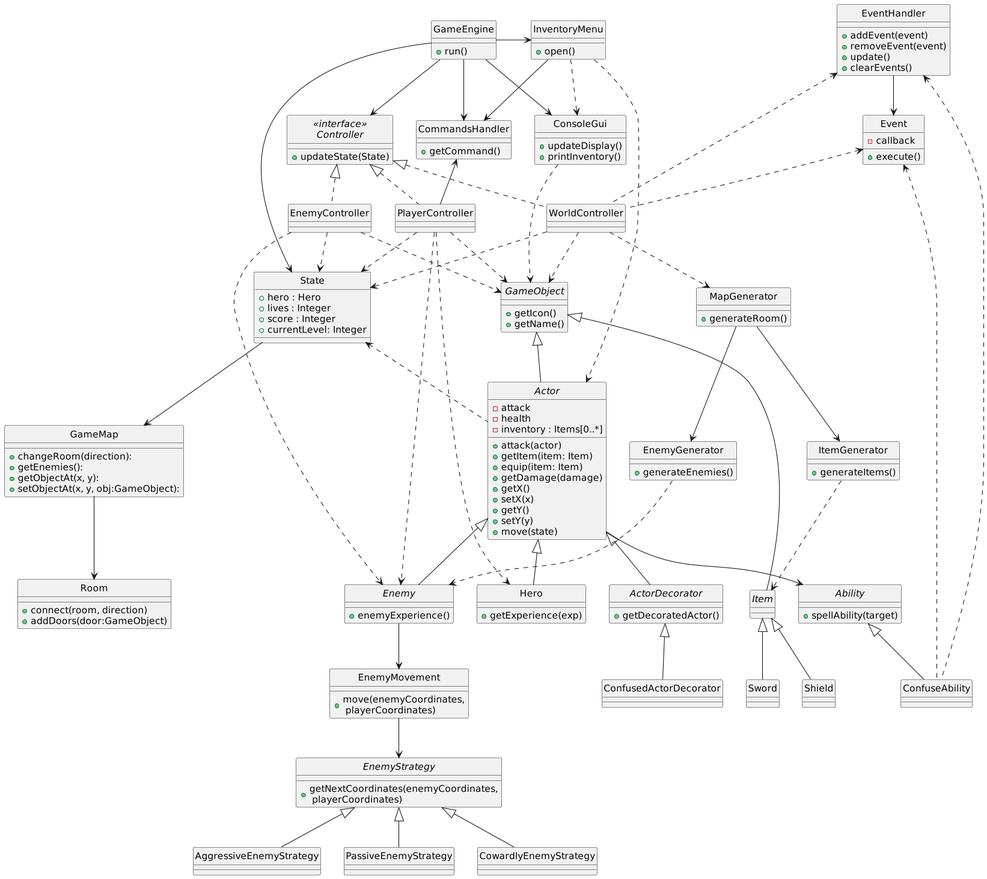
Earlier version of the PlantUML export docs/class.png (capitanFlint129/Rougelike).
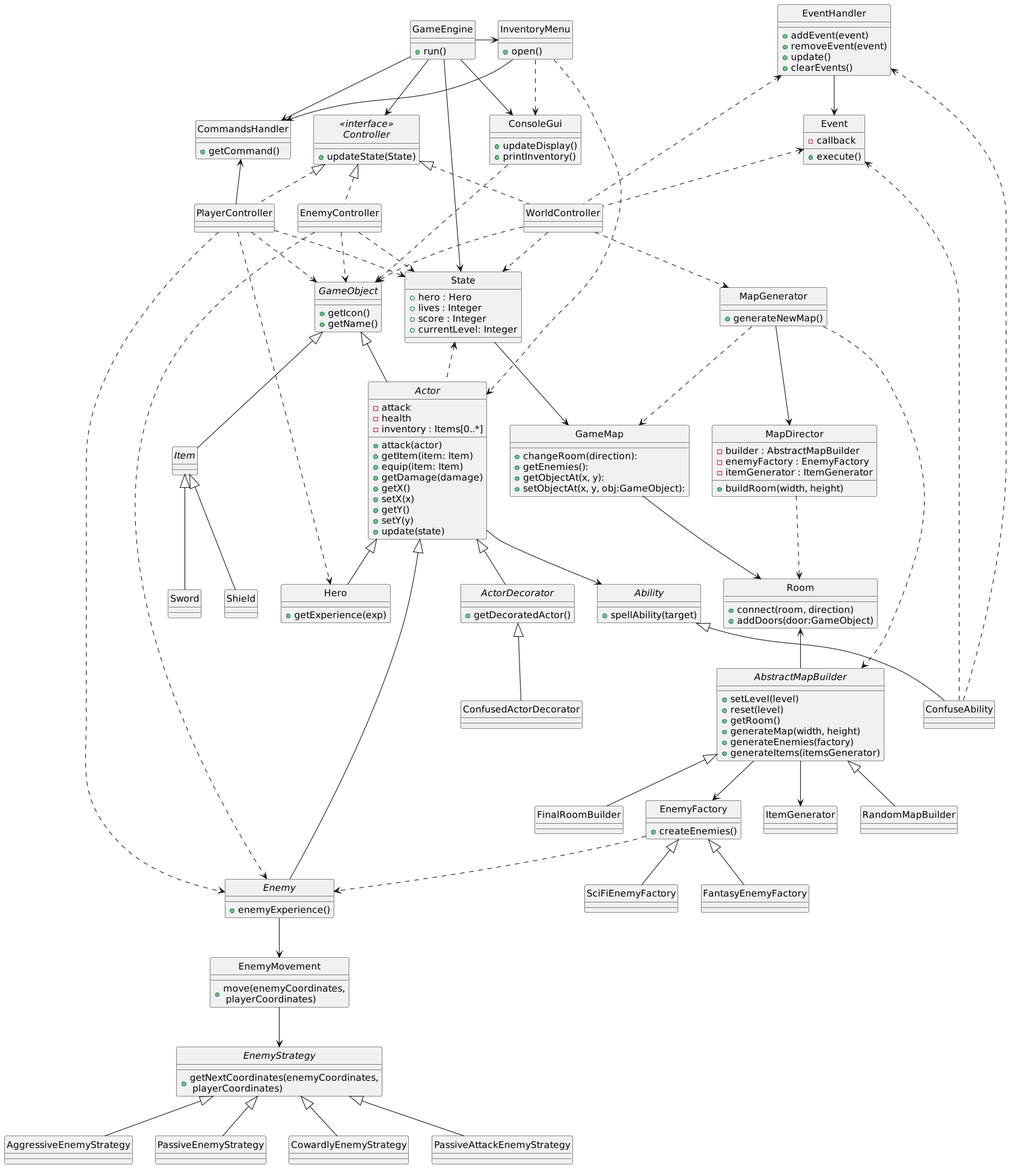
The same file after the commit.

Commit message:
update component and class diagrams

Change to the diagram source:
```diff
@@ -58,7 +58,7 @@
 +setX(x)
 +getY()
 +setY(y)
-+move(state)
++update(state)
 }
 
 
@@ -119,20 +119,11 @@
 
 WorldController ..> MapGenerator
 
-class ItemGenerator {
-+generateItems()
+
+class MapGenerator {
++generateNewMap()
 }
-ItemGenerator ..> Item
-
-class EnemyGenerator {
-+generateEnemies()
-}
-EnemyGenerator ..> Enemy
-class MapGenerator {
-+generateRoom()
-}
-MapGenerator --> EnemyGenerator
-MapGenerator --> ItemGenerator
+MapGenerator ..> GameMap
 
 class GameMap {
 +changeRoom(direction):
@@ -156,12 +147,15 @@
 EnemyStrategy <|-- AggressiveEnemyStrategy
 EnemyStrategy <|-- PassiveEnemyStrategy
 EnemyStrategy <|-- CowardlyEnemyStrategy
+EnemyStrategy <|-- PassiveAttackEnemyStrategy
 
 class AggressiveEnemyStrategy {
 }
 class PassiveEnemyStrategy {
 }
 class CowardlyEnemyStrategy {
+}
+class PassiveAttackEnemyStrategy {
 }
 
 class EnemyMovement {
@@ -212,4 +206,50 @@
 +clearEvents()
 }
 
+class EnemyFactory {
++createEnemies()
+}
+EnemyFactory ..> Enemy
+
+
+EnemyFactory <|-- FantasyEnemyFactory
+EnemyFactory <|-- SciFiEnemyFactory
+
+class FantasyEnemyFactory {
+}
+
+class SciFiEnemyFactory {
+}
+
+
+MapGenerator ..> AbstractMapBuilder
+Room <-- AbstractMapBuilder
+AbstractMapBuilder --> EnemyFactory
+AbstractMapBuilder --> ItemGenerator
+abstract class AbstractMapBuilder {
++setLevel(level)
++reset(level)
++getRoom()
++generateMap(width, height)
++generateEnemies(factory)
++generateItems(itemsGenerator)
+}
+
+AbstractMapBuilder <|-- RandomMapBuilder
+class RandomMapBuilder {
+}
+AbstractMapBuilder <|-- FinalRoomBuilder
+class FinalRoomBuilder {
+}
+
+
+MapGenerator --> MapDirector
+class MapDirector {
+-builder : AbstractMapBuilder
+-enemyFactory : EnemyFactory
+-itemGenerator : ItemGenerator
++buildRoom(width, height)
+}
+MapDirector ..> Room
+
 @enduml
```
